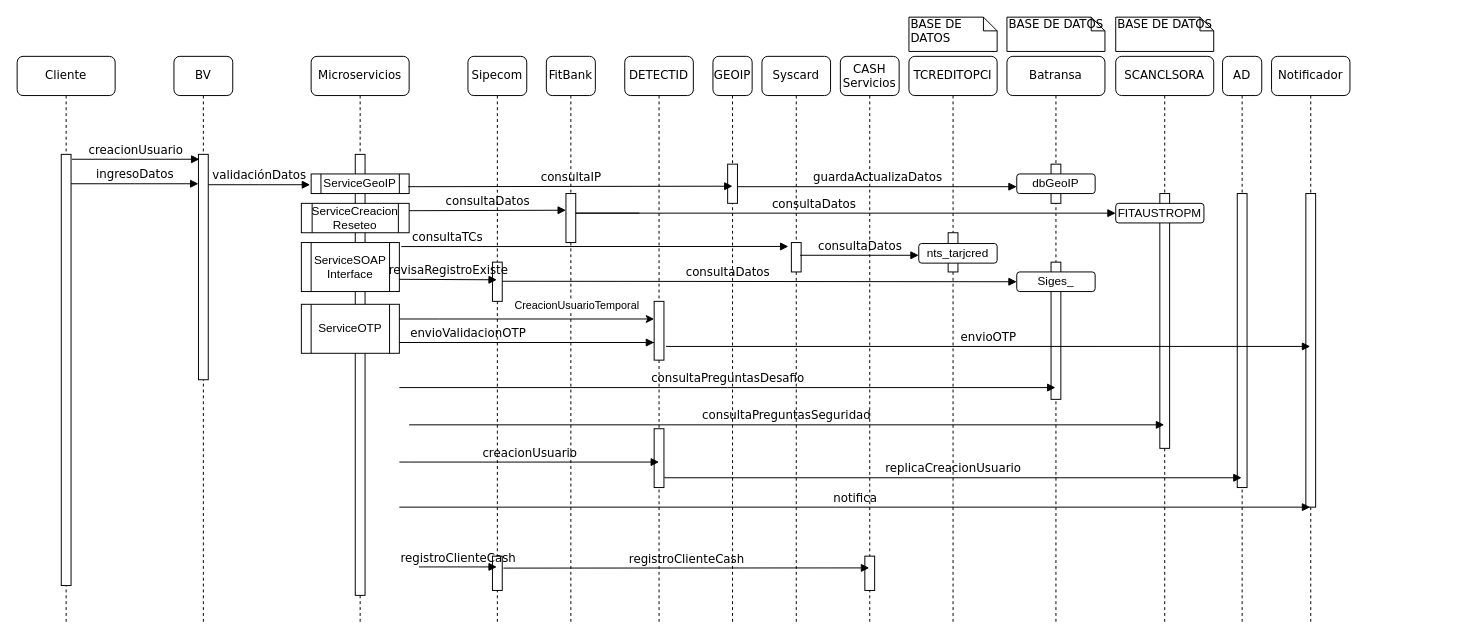
Before: page "DiagramaSeqCreacion" (4 of 8) of CreateUsrBVDiagram.drawio in davidguillermofg/Diagrams, a draw.io diagram. Source tidied: cells renumbered, new cells numbered last; positions are measured from the earlier drawing's top-left corner, leaving out a move shared by most shapes. Both pictures are drawn from the tidied source at 98%, with x=0, y=0 at pixel (17, 17).
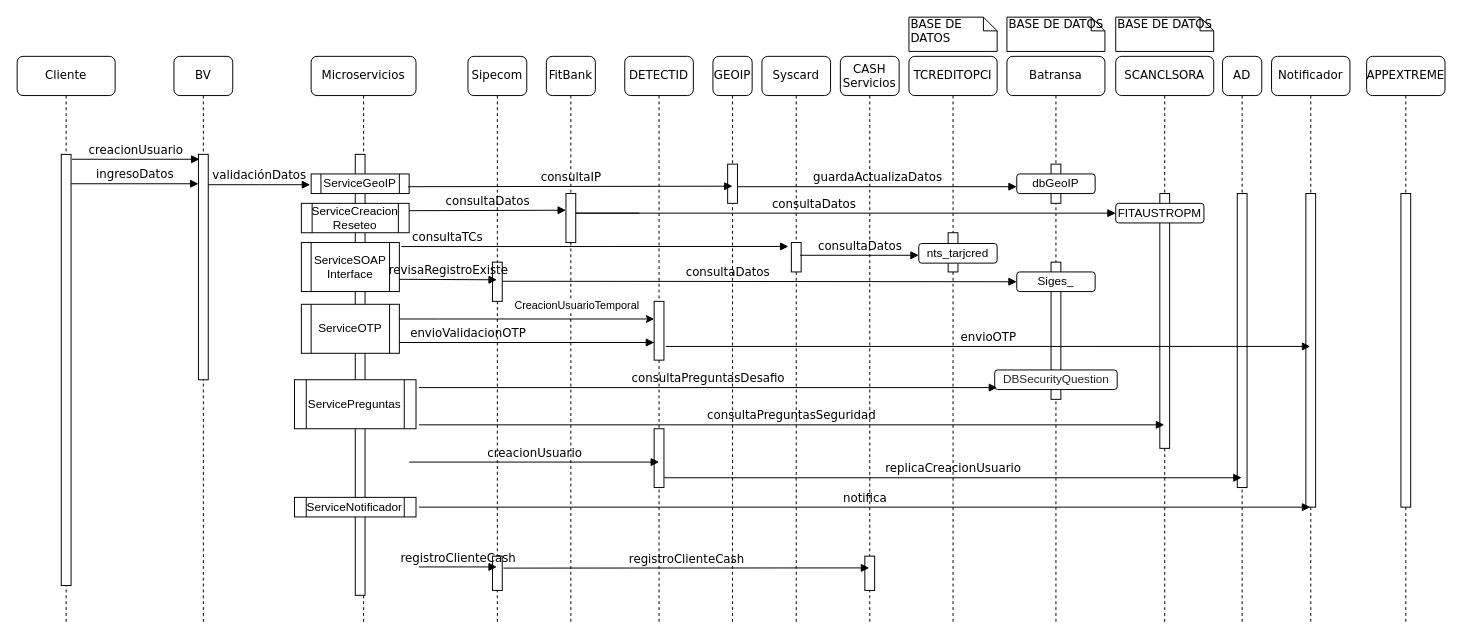
The same diagram, later.

The change refers to these unchanged cells:
```xml
<mxCell id="28" value="Batransa" style="shape=umlLifeline;perimeter=lifelinePerimeter;whiteSpace=wrap;html=1;rounded=1;shadow=0;comic=0;labelBackgroundColor=none;strokeWidth=1;fontFamily=Verdana;fontSize=12;align=center;" parent="1" vertex="1">
  <mxGeometry x="1010" y="40" width="100" height="580" as="geometry" />
</mxCell>
<mxCell id="40" value="Notificador" style="shape=umlLifeline;perimeter=lifelinePerimeter;whiteSpace=wrap;html=1;outlineConnect=0;rounded=1;shadow=0;comic=0;labelBackgroundColor=none;strokeWidth=1;fontFamily=Verdana;fontSize=12;align=center;" parent="1" vertex="1">
  <mxGeometry x="1280" y="40" width="80" height="580" as="geometry" />
</mxCell>
```

The edit, as a diff of the source:
```diff
@@
     <mxCell id="4" value="Microservicios" style="shape=umlLifeline;perimeter=lifelinePerimeter;whiteSpace=wrap;html=1;rounded=1;shadow=0;comic=0;labelBackgroundColor=none;strokeWidth=1;fontFamily=Verdana;fontSize=12;align=center;" parent="1" vertex="1">
-      <mxGeometry x="300" y="40" width="100" height="580" as="geometry" />
+      <mxGeometry x="300" y="40" width="107" height="580" as="geometry" />
     </mxCell>
@@
+    <mxCell id="66" value="ServiceNotificador" style="shape=process;whiteSpace=wrap;html=1;backgroundOutline=1;" parent="4" vertex="1">
+      <mxGeometry x="-17" y="450" width="124" height="20" as="geometry" />
+    </mxCell>
+    <mxCell id="67" value="ServicePreguntas" style="shape=process;whiteSpace=wrap;html=1;backgroundOutline=1;" parent="4" vertex="1">
+      <mxGeometry x="-17" y="330" width="124" height="50" as="geometry" />
+    </mxCell>
@@
+    <mxCell id="68" value="&lt;span style=&quot;color: rgb(36 , 36 , 36) ; background-color: rgb(255 , 255 , 255)&quot;&gt;&lt;font style=&quot;font-size: 12px&quot;&gt;DBSecurityQuestion&lt;/font&gt;&lt;/span&gt;" style="rounded=1;whiteSpace=wrap;html=1;" parent="28" vertex="1">
+      <mxGeometry x="-12.5" y="320" width="125" height="20" as="geometry" />
+    </mxCell>
@@
     <mxCell id="34" value="creacionUsuario" style="html=1;verticalAlign=bottom;endArrow=block;labelBackgroundColor=none;fontFamily=Verdana;fontSize=12;edgeStyle=elbowEdgeStyle;elbow=vertical;rounded=0;" parent="1" edge="1">
       <mxGeometry relative="1" as="geometry">
-        <mxPoint x="390" y="454" as="sourcePoint" />
+        <mxPoint x="400" y="454" as="sourcePoint" />
         <mxPoint x="655" y="454" as="targetPoint" />
         <Array as="points">
           <mxPoint x="400" y="454" />
         </Array>
       </mxGeometry>
     </mxCell>
@@
     <mxCell id="43" value="notifica" style="html=1;verticalAlign=bottom;endArrow=block;labelBackgroundColor=none;fontFamily=Verdana;fontSize=12;edgeStyle=elbowEdgeStyle;elbow=vertical;rounded=0;" parent="1" edge="1" target="40">
       <mxGeometry relative="1" as="geometry">
-        <mxPoint x="390" y="500" as="sourcePoint" />
+        <mxPoint x="410" y="500" as="sourcePoint" />
       </mxGeometry>
     </mxCell>
@@
     <mxCell id="58" value="consultaPreguntasDesafio" style="html=1;verticalAlign=bottom;endArrow=block;labelBackgroundColor=none;fontFamily=Verdana;fontSize=12;edgeStyle=elbowEdgeStyle;elbow=vertical;rounded=0;" parent="1" edge="1">
       <mxGeometry relative="1" as="geometry">
-        <mxPoint x="390" y="378" as="sourcePoint" />
-        <mxPoint x="1059.5" y="378" as="targetPoint" />
+        <mxPoint x="410" y="378" as="sourcePoint" />
+        <mxPoint x="1000" y="378" as="targetPoint" />
       </mxGeometry>
     </mxCell>
     <mxCell id="59" value="consultaPreguntasSeguridad" style="html=1;verticalAlign=bottom;endArrow=block;labelBackgroundColor=none;fontFamily=Verdana;fontSize=12;edgeStyle=elbowEdgeStyle;elbow=vertical;rounded=0;" parent="1" edge="1">
       <mxGeometry relative="1" as="geometry">
-        <mxPoint x="400" y="416" as="sourcePoint" />
+        <mxPoint x="410" y="416" as="sourcePoint" />
         <mxPoint x="1170.5" y="416" as="targetPoint" />
       </mxGeometry>
     </mxCell>
@@
+    <mxCell id="69" value="APPEXTREME" style="shape=umlLifeline;perimeter=lifelinePerimeter;whiteSpace=wrap;html=1;rounded=1;shadow=0;comic=0;labelBackgroundColor=none;strokeWidth=1;fontFamily=Verdana;fontSize=12;align=center;" parent="1" vertex="1">
+      <mxGeometry x="1377" y="40" width="80" height="580" as="geometry" />
+    </mxCell>
+    <mxCell id="70" style="html=1;perimeter=orthogonalPerimeter;rounded=0;shadow=0;comic=0;labelBackgroundColor=none;strokeColor=#000000;strokeWidth=1;fillColor=#FFFFFF;fontFamily=Verdana;fontSize=12;fontColor=#000000;align=center;" parent="69" vertex="1">
+      <mxGeometry x="35" y="140" width="10" height="320" as="geometry" />
+    </mxCell>
```
